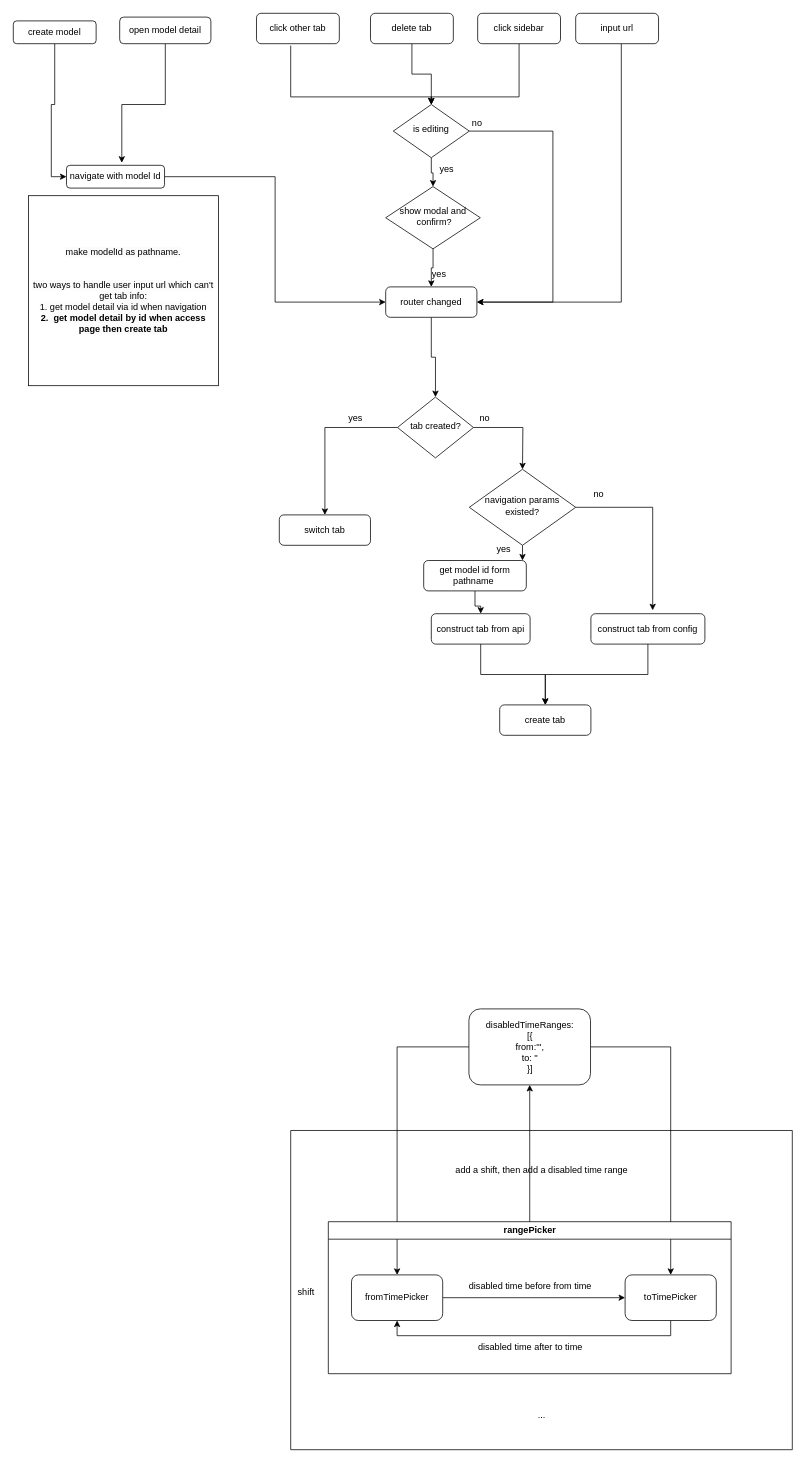
CongcongDeng/test-frontend-repo keeps this draw.io diagram as Untitled Diagram.drawio. Above is the earlier version. Source tidied: cells renumbered, new cells numbered last; positions are measured from the earlier drawing's top-left corner, leaving out a move shared by most shapes. Both pictures are drawn from the tidied source at 76%, with x=0, y=0 at pixel (13, 13).
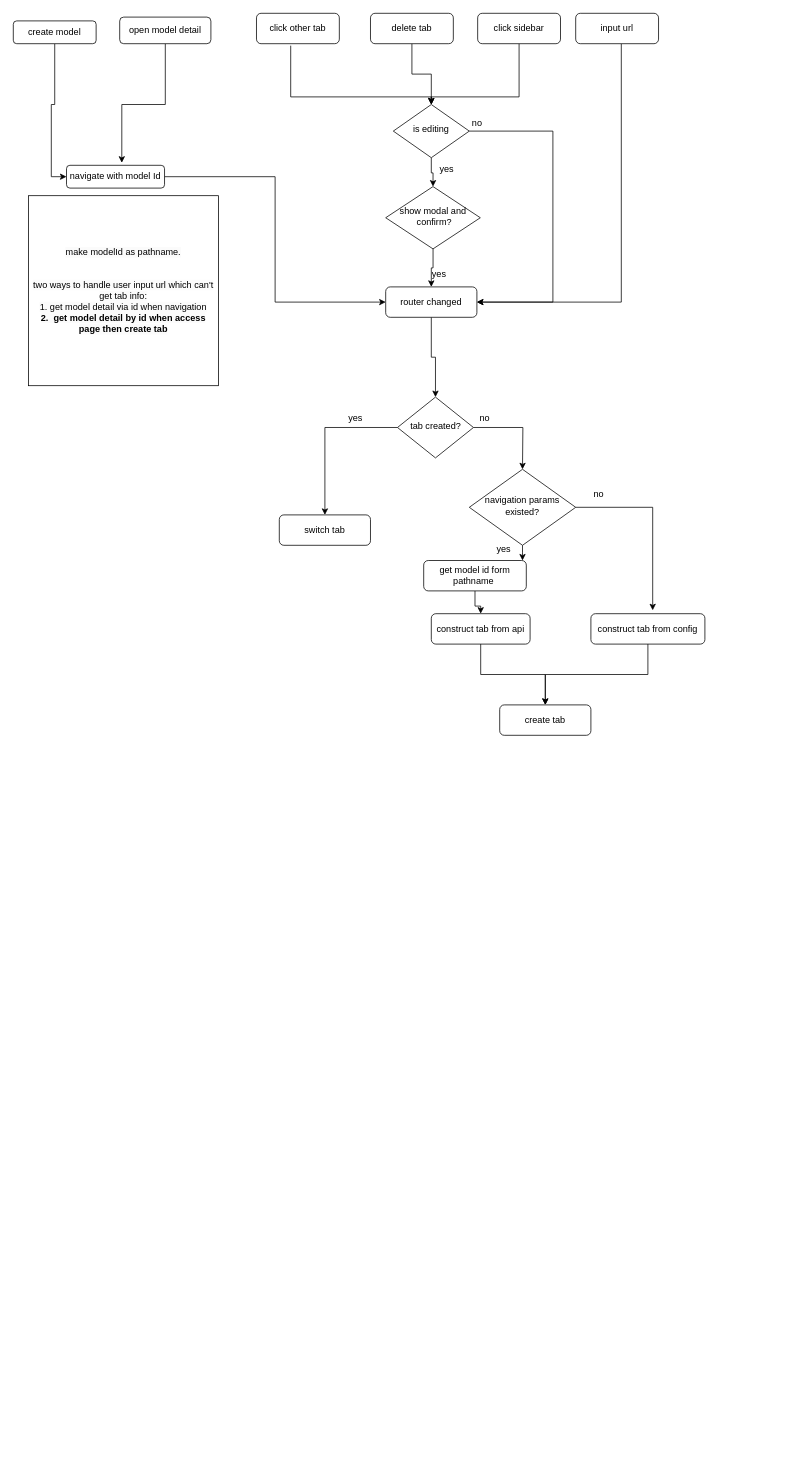
The same diagram, later.

Change to the diagram source:
```diff
@@
-    <mxCell id="45" style="edgeStyle=orthogonalEdgeStyle;rounded=0;jettySize=auto;html=1;" parent="1" edge="1" source="47" target="51">
-      <mxGeometry relative="1" as="geometry" />
-    </mxCell>
-    <mxCell id="46" style="edgeStyle=orthogonalEdgeStyle;rounded=0;jettySize=auto;html=1;entryX=0.5;entryY=0;entryDx=0;entryDy=0;" parent="1" edge="1" source="47" target="53">
-      <mxGeometry relative="1" as="geometry" />
-    </mxCell>
-    <mxCell id="47" value="disabledTimeRanges:&lt;br&gt;[{&lt;br&gt;from:''',&lt;br&gt;to: ''&lt;br&gt;}]" style="rounded=1;whiteSpace=wrap;html=1;" parent="1" vertex="1">
-      <mxGeometry x="599.5" y="1310" width="160" height="100" as="geometry" />
-    </mxCell>
-    <mxCell id="48" style="swimlane;startSize=0;" parent="1" vertex="1">
-      <mxGeometry x="365" y="1470" width="660" height="420" as="geometry" />
-    </mxCell>
-    <mxCell id="49" value="rangePicker" style="swimlane;whiteSpace=wrap;html=1;" parent="48" vertex="1">
-      <mxGeometry x="49.5" y="120" width="530" height="200" as="geometry" />
-    </mxCell>
-    <mxCell id="50" style="edgeStyle=orthogonalEdgeStyle;rounded=0;jettySize=auto;html=1;entryX=0;entryY=0.5;entryDx=0;entryDy=0;" parent="49" edge="1" source="51" target="53">
-      <mxGeometry relative="1" as="geometry" />
-    </mxCell>
-    <mxCell id="51" value="fromTimePicker" style="rounded=1;whiteSpace=wrap;html=1;" parent="49" vertex="1">
-      <mxGeometry x="30.5" y="70" width="120" height="60" as="geometry" />
-    </mxCell>
-    <mxCell id="52" style="edgeStyle=orthogonalEdgeStyle;rounded=0;jettySize=auto;html=1;entryX=0.5;entryY=1;entryDx=0;entryDy=0;exitX=0.5;exitY=1;exitDx=0;exitDy=0;" parent="49" edge="1" source="53" target="51">
-      <mxGeometry relative="1" as="geometry" />
-    </mxCell>
-    <mxCell id="53" value="toTimePicker" style="rounded=1;whiteSpace=wrap;html=1;" parent="49" vertex="1">
-      <mxGeometry x="390.5" y="70" width="120" height="60" as="geometry" />
-    </mxCell>
-    <mxCell id="54" value="disabled time before from time" style="text;html=1;align=center;verticalAlign=middle;strokeColor=none;fillColor=none;" parent="49" vertex="1">
-      <mxGeometry x="175" y="70" width="180" height="30" as="geometry" />
-    </mxCell>
-    <mxCell id="55" value="disabled time after to time" style="text;html=1;align=center;verticalAlign=middle;strokeColor=none;fillColor=none;" parent="49" vertex="1">
-      <mxGeometry x="185" y="150" width="160" height="30" as="geometry" />
-    </mxCell>
-    <mxCell id="56" value="..." style="text;html=1;align=center;verticalAlign=middle;strokeColor=none;fillColor=none;" parent="48" vertex="1">
-      <mxGeometry x="315" y="360" width="30" height="30" as="geometry" />
-    </mxCell>
-    <mxCell id="57" style="edgeStyle=orthogonalEdgeStyle;rounded=0;jettySize=auto;html=1;" parent="1" edge="1" source="49" target="47">
-      <mxGeometry relative="1" as="geometry" />
-    </mxCell>
-    <mxCell id="58" value="add a shift, then add a disabled time range" style="text;html=1;align=center;verticalAlign=middle;strokeColor=none;fillColor=none;" parent="1" vertex="1">
-      <mxGeometry x="570" y="1508" width="250" height="30" as="geometry" />
-    </mxCell>
-    <mxCell id="59" value="shift" style="text;html=1;align=center;verticalAlign=middle;strokeColor=none;fillColor=none;" parent="1" vertex="1">
-      <mxGeometry x="360" y="1668" width="50" height="30" as="geometry" />
-    </mxCell>
```
